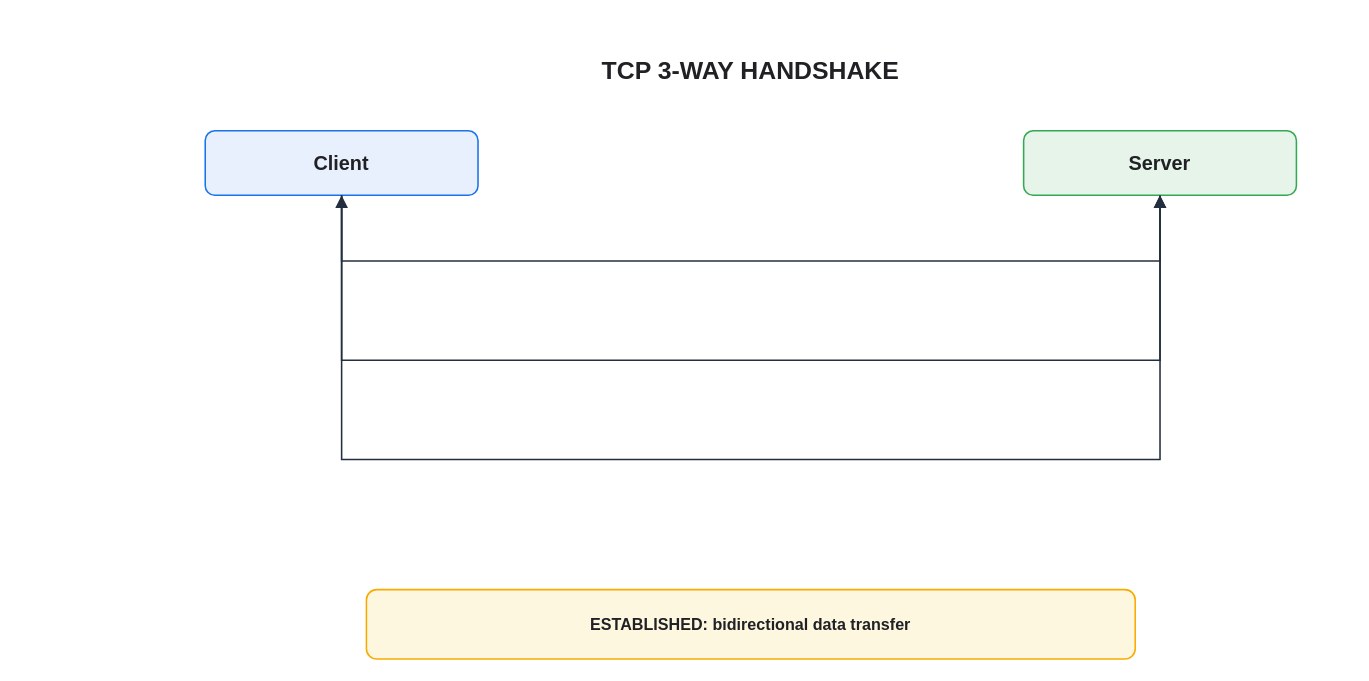
KKamJi98/kkamji98.github.io keeps this draw.io diagram as assets/img/network/tcp-3-way-handshake.drawio. Above is the earlier version. Source tidied: cells renumbered, new cells numbered last; positions are measured from the earlier drawing's top-left corner, leaving out a move shared by most shapes. Both pictures are drawn from the tidied source at 124%, with x=0, y=0 at pixel (205, 46).
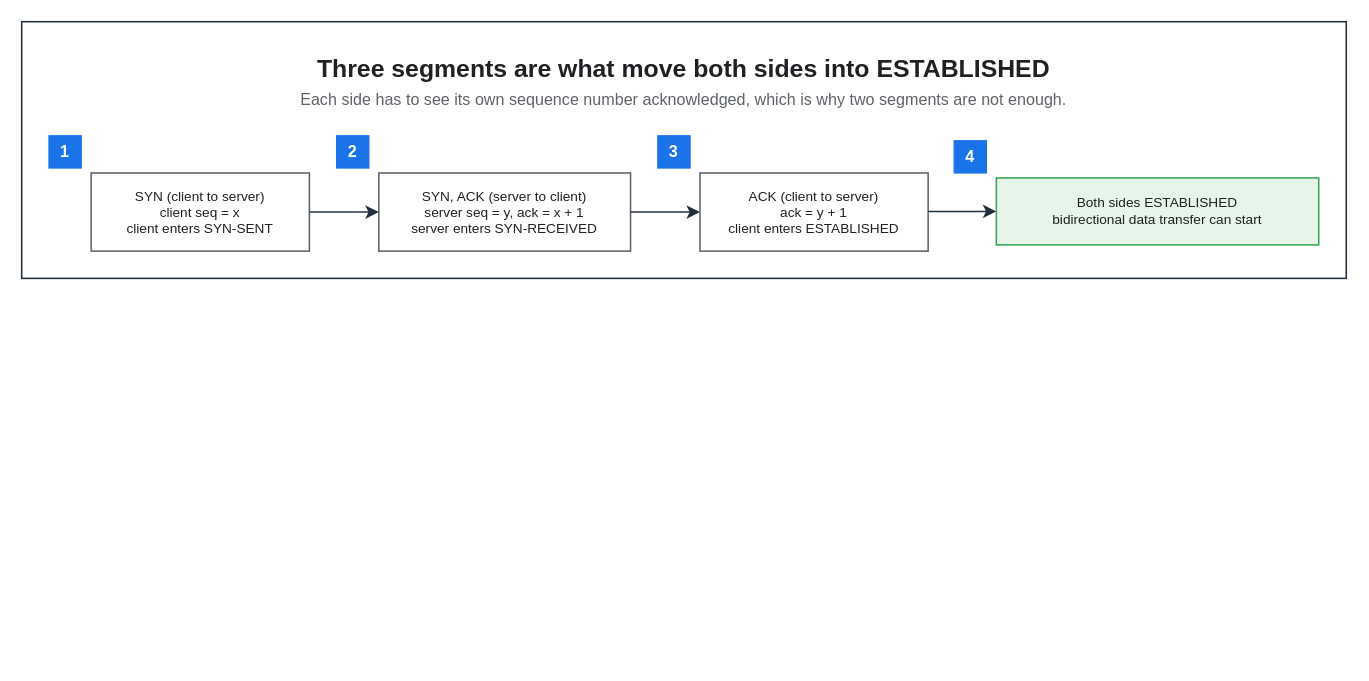
Above is the later version.

The edit, as a diff of the source:
```diff
@@
 <mxGraphModel background="#FFFFFF">
   <root>
     <mxCell id="0" />
     <mxCell id="1" parent="0" />
+    <mxCell id="11" style="rounded=0;html=0;fillColor=none;strokeColor=#232F3E;fontColor=#202124;strokeWidth=1.25;" parent="1" vertex="1">
+      <mxGeometry x="-148" y="-20" width="1068.2" height="207" as="geometry" />
+    </mxCell>
-    <mxCell id="2" value="TCP 3-WAY HANDSHAKE" style="text;html=0;strokeColor=none;fillColor=none;align=center;verticalAlign=middle;fontSize=20;fontStyle=1;fontColor=#202124;" parent="1" vertex="1">
-      <mxGeometry x="90" width="700" height="36" as="geometry" />
+    <mxCell id="2" value="Three segments are what move both sides into ESTABLISHED" style="text;html=0;whiteSpace=wrap;fillColor=none;strokeColor=none;fontColor=#202124;fontSize=20;fontStyle=1;align=center;verticalAlign=middle;" parent="1" vertex="1">
+      <mxGeometry x="-126" y="2" width="1024.2" height="30" as="geometry" />
     </mxCell>
-    <mxCell id="3" value="Client" style="rounded=1;whiteSpace=wrap;html=0;fillColor=#E8F0FE;strokeColor=#1A73E8;strokeWidth=1.25;fontStyle=1;fontSize=16;fontColor=#202124;shadow=0;" parent="1" vertex="1">
-      <mxGeometry y="68" width="220" height="52" as="geometry" />
-    </mxCell>
-    <mxCell id="4" value="Server" style="rounded=1;whiteSpace=wrap;html=0;fillColor=#E6F4EA;strokeColor=#34A853;strokeWidth=1.25;fontStyle=1;fontSize=16;fontColor=#202124;shadow=0;" parent="1" vertex="1">
-      <mxGeometry x="660" y="68" width="220" height="52" as="geometry" />
-    </mxCell>
-    <mxCell id="5" style="shape=line;strokeColor=#5F6368;fontColor=#202124;dashed=1;dashPattern=4 4;strokeWidth=1.25;" parent="1" vertex="1">
-      <mxGeometry x="110" y="120" height="280" as="geometry" />
-    </mxCell>
-    <mxCell id="6" style="shape=line;strokeColor=#5F6368;fontColor=#202124;dashed=1;dashPattern=4 4;strokeWidth=1.25;" parent="1" vertex="1">
-      <mxGeometry x="770" y="120" height="280" as="geometry" />
-    </mxCell>
+    <mxCell id="12" value="Each side has to see its own sequence number acknowledged, which is why two segments are not enough." style="text;html=0;whiteSpace=wrap;fillColor=none;strokeColor=none;fontColor=#5F6368;fontSize=13;fontStyle=0;align=center;verticalAlign=middle;" parent="1" vertex="1">
+      <mxGeometry x="-126" y="32" width="1024.2" height="22" as="geometry" />
+    </mxCell>
-    <mxCell id="7" style="edgeStyle=orthogonalEdgeStyle;rounded=0;html=0;endArrow=block;endFill=1;strokeWidth=1.25;strokeColor=#232F3E;fontColor=#202124;fontSize=11;labelBackgroundColor=none;exitX=0.5;exitY=1;entryX=0.5;entryY=1;endSize=7;" parent="1" edge="1" source="3" target="4">
-      <mxGeometry relative="1" as="geometry">
-        <Array as="points">
-          <mxPoint x="110" y="173" />
-          <mxPoint x="770" y="173" />
-        </Array>
-      </mxGeometry>
+    <mxCell id="7" value="SYN  (client to server)&#10;client seq = x&#10;client enters SYN-SENT" style="rounded=0;whiteSpace=wrap;html=0;fillColor=#FFFFFF;strokeColor=#5F6368;fontColor=#202124;fontSize=11;fontStyle=0;align=center;verticalAlign=middle;spacingLeft=6;spacingRight=6;strokeWidth=1.25;" parent="1" vertex="1">
+      <mxGeometry x="-92" y="102" width="176" height="63" as="geometry" />
     </mxCell>
-    <mxCell id="8" style="edgeStyle=orthogonalEdgeStyle;rounded=0;html=0;endArrow=block;endFill=1;strokeWidth=1.25;strokeColor=#232F3E;fontColor=#202124;fontSize=11;labelBackgroundColor=none;exitX=0.5;exitY=1;entryX=0.5;entryY=1;endSize=7;" parent="1" edge="1" source="4" target="3">
-      <mxGeometry relative="1" as="geometry">
-        <Array as="points">
-          <mxPoint x="770" y="253" />
-          <mxPoint x="110" y="253" />
-        </Array>
-      </mxGeometry>
+    <mxCell id="8" value="SYN, ACK  (server to client)&#10;server seq = y, ack = x + 1&#10;server enters SYN-RECEIVED" style="rounded=0;whiteSpace=wrap;html=0;fillColor=#FFFFFF;strokeColor=#5F6368;fontColor=#202124;fontSize=11;fontStyle=0;align=center;verticalAlign=middle;spacingLeft=6;spacingRight=6;strokeWidth=1.25;" parent="1" vertex="1">
+      <mxGeometry x="140" y="102" width="203" height="63" as="geometry" />
     </mxCell>
-    <mxCell id="9" style="edgeStyle=orthogonalEdgeStyle;rounded=0;html=0;endArrow=block;endFill=1;strokeWidth=1.25;strokeColor=#232F3E;fontColor=#202124;fontSize=11;labelBackgroundColor=none;exitX=0.5;exitY=1;entryX=0.5;entryY=1;endSize=7;" parent="1" edge="1" source="3" target="4">
-      <mxGeometry relative="1" as="geometry">
-        <Array as="points">
-          <mxPoint x="110" y="333" />
-          <mxPoint x="770" y="333" />
-        </Array>
-      </mxGeometry>
+    <mxCell id="9" value="ACK  (client to server)&#10;ack = y + 1&#10;client enters ESTABLISHED" style="rounded=0;whiteSpace=wrap;html=0;fillColor=#FFFFFF;strokeColor=#5F6368;fontColor=#202124;fontSize=11;fontStyle=0;align=center;verticalAlign=middle;spacingLeft=6;spacingRight=6;strokeWidth=1.25;" parent="1" vertex="1">
+      <mxGeometry x="399" y="102" width="184" height="63" as="geometry" />
     </mxCell>
-    <mxCell id="10" value="ESTABLISHED: bidirectional data transfer" style="rounded=1;whiteSpace=wrap;html=0;fillColor=#FEF7E0;strokeColor=#F9AB00;strokeWidth=1.25;fontStyle=1;fontSize=13;fontColor=#202124;shadow=0;" parent="1" vertex="1">
-      <mxGeometry x="130" y="438" width="620" height="56" as="geometry" />
+    <mxCell id="10" value="Both sides ESTABLISHED&#10;bidirectional data transfer can start" style="rounded=0;whiteSpace=wrap;html=0;fillColor=#E6F4EA;strokeColor=#34A853;fontColor=#202124;fontSize=11;fontStyle=0;align=center;verticalAlign=middle;spacingLeft=6;spacingRight=6;strokeWidth=1.25;" parent="1" vertex="1">
+      <mxGeometry x="638" y="106" width="260" height="54" as="geometry" />
     </mxCell>
+    <mxCell id="13" value="1" style="rounded=0;whiteSpace=wrap;html=0;fillColor=#1A73E8;strokeColor=#1A73E8;fontColor=#FFFFFF;fontSize=13;fontStyle=1;align=center;verticalAlign=middle;" parent="1" vertex="1">
+      <mxGeometry x="-126" y="72" width="26" height="26" as="geometry" />
+    </mxCell>
+    <mxCell id="14" value="2" style="rounded=0;whiteSpace=wrap;html=0;fillColor=#1A73E8;strokeColor=#1A73E8;fontColor=#FFFFFF;fontSize=13;fontStyle=1;align=center;verticalAlign=middle;" parent="1" vertex="1">
+      <mxGeometry x="106" y="72" width="26" height="26" as="geometry" />
+    </mxCell>
+    <mxCell id="15" value="3" style="rounded=0;whiteSpace=wrap;html=0;fillColor=#1A73E8;strokeColor=#1A73E8;fontColor=#FFFFFF;fontSize=13;fontStyle=1;align=center;verticalAlign=middle;" parent="1" vertex="1">
+      <mxGeometry x="365" y="72" width="26" height="26" as="geometry" />
+    </mxCell>
+    <mxCell id="16" value="4" style="rounded=0;whiteSpace=wrap;html=0;fillColor=#1A73E8;strokeColor=#1A73E8;fontColor=#FFFFFF;fontSize=13;fontStyle=1;align=center;verticalAlign=middle;" parent="1" vertex="1">
+      <mxGeometry x="604" y="76" width="26" height="26" as="geometry" />
+    </mxCell>
+    <mxCell id="17" style="edgeStyle=orthogonalEdgeStyle;rounded=0;html=0;strokeColor=#232F3E;strokeWidth=1.25;endArrow=classic;endFill=1;endSize=7;fontSize=11;fontColor=#202124;labelBackgroundColor=none;jettySize=14;exitX=1;exitY=0.5;entryX=0;entryY=0.5;exitDx=0;exitDy=0;entryDx=0;entryDy=0;" parent="1" edge="1" source="7" target="8">
+      <mxGeometry relative="1" as="geometry" />
+    </mxCell>
+    <mxCell id="18" style="edgeStyle=orthogonalEdgeStyle;rounded=0;html=0;strokeColor=#232F3E;strokeWidth=1.25;endArrow=classic;endFill=1;endSize=7;fontSize=11;fontColor=#202124;labelBackgroundColor=none;jettySize=14;exitX=1;exitY=0.5;entryX=0;entryY=0.5;exitDx=0;exitDy=0;entryDx=0;entryDy=0;" parent="1" edge="1" source="8" target="9">
+      <mxGeometry relative="1" as="geometry" />
+    </mxCell>
+    <mxCell id="19" style="edgeStyle=orthogonalEdgeStyle;rounded=0;html=0;strokeColor=#232F3E;strokeWidth=1.25;endArrow=classic;endFill=1;endSize=7;fontSize=11;fontColor=#202124;labelBackgroundColor=none;jettySize=14;exitX=1;exitY=0.4921;entryX=0;entryY=0.5;exitDx=0;exitDy=0;entryDx=0;entryDy=0;" parent="1" edge="1" source="9" target="10">
+      <mxGeometry relative="1" as="geometry" />
+    </mxCell>
   </root>
 </mxGraphModel>
```
